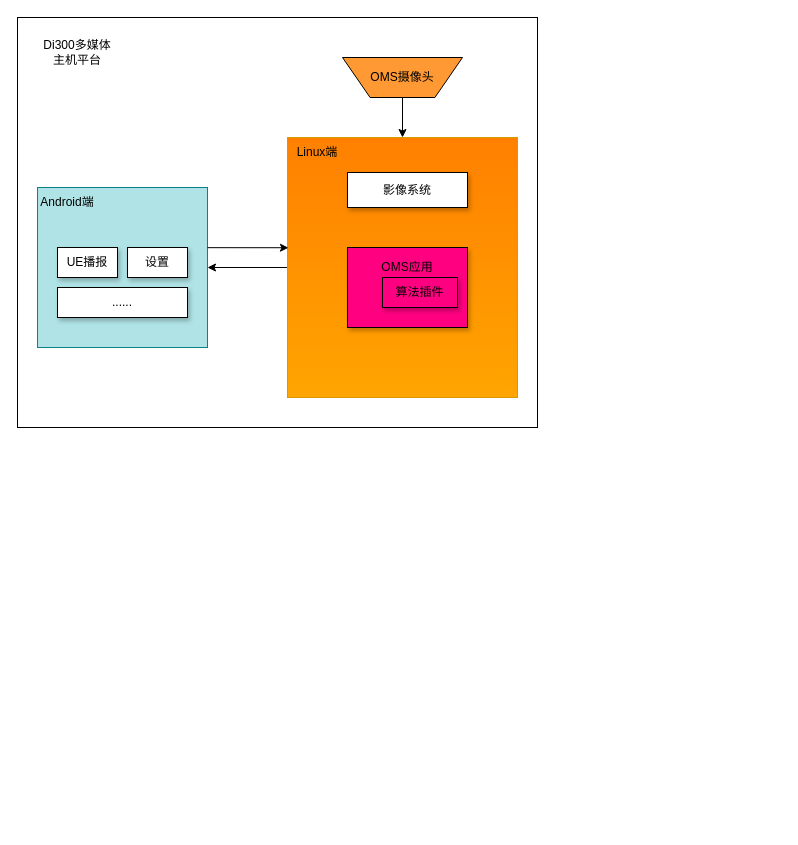
The draw.io diagram page "第 2 页" (2 of 2) of 未命名绘图.drawio in dengliuming/Kernal, before the edit. Source tidied: cells renumbered, new cells numbered last; positions are measured from the earlier drawing's top-left corner, leaving out a move shared by most shapes. Both pictures are drawn from the tidied source at 100%, with x=0, y=0 at pixel (17, 17).
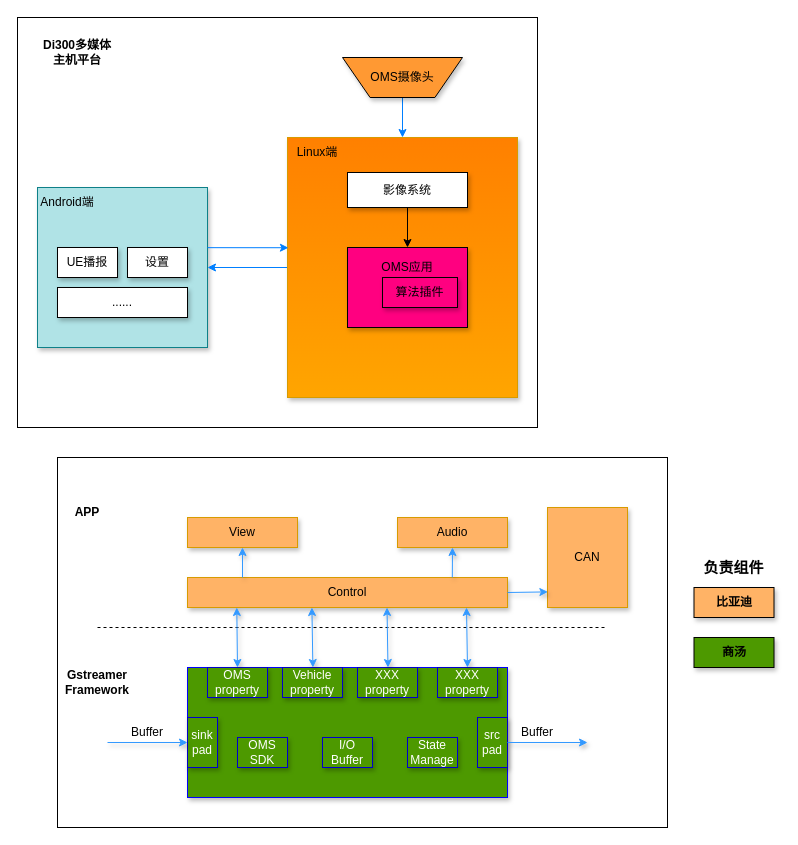
Above is the later version.

The change refers to these unchanged cells:
```xml
<mxCell id="12" value="影像系统" style="rounded=0;whiteSpace=wrap;html=1;shadow=1;" parent="1" vertex="1">
  <mxGeometry x="330" y="155" width="120" height="35" as="geometry" />
</mxCell>
<mxCell id="13" style="rounded=0;whiteSpace=wrap;html=1;fillColor=#FF0080;shadow=1;" parent="1" vertex="1">
  <mxGeometry x="330" y="230" width="120" height="80" as="geometry" />
</mxCell>
```

Diff of the diagram source:
```diff
@@
-    <mxCell id="3" value="Di300多媒体主机平台" style="text;html=1;align=center;verticalAlign=middle;whiteSpace=wrap;rounded=0;" parent="1" vertex="1">
+    <mxCell id="3" value="&lt;b&gt;Di300多媒体主机平台&lt;/b&gt;" style="text;html=1;align=center;verticalAlign=middle;whiteSpace=wrap;rounded=0;" parent="1" vertex="1">
       <mxGeometry x="20" y="20" width="80" height="30" as="geometry" />
     </mxCell>
-    <mxCell id="4" style="rounded=0;whiteSpace=wrap;html=1;fillColor=#b0e3e6;strokeColor=#0e8088;" parent="1" vertex="1">
+    <mxCell id="4" style="rounded=0;whiteSpace=wrap;html=1;fillColor=#b0e3e6;strokeColor=#0e8088;shadow=1;" parent="1" vertex="1">
       <mxGeometry x="20" y="170" width="170" height="160" as="geometry" />
     </mxCell>
@@
-    <mxCell id="9" style="edgeStyle=orthogonalEdgeStyle;rounded=0;jettySize=auto;html=1;exitX=0;exitY=0.5;exitDx=0;exitDy=0;entryX=1;entryY=0.5;entryDx=0;entryDy=0;" parent="1" edge="1" source="10" target="4">
+    <mxCell id="9" style="edgeStyle=orthogonalEdgeStyle;rounded=0;jettySize=auto;html=1;exitX=0;exitY=0.5;exitDx=0;exitDy=0;entryX=1;entryY=0.5;entryDx=0;entryDy=0;strokeColor=#007FFF;" parent="1" edge="1" source="10" target="4">
       <mxGeometry relative="1" as="geometry" />
     </mxCell>
-    <mxCell id="10" style="rounded=0;whiteSpace=wrap;html=1;fillColor=#FF8000;gradientColor=#ffa500;strokeColor=#d79b00;" parent="1" vertex="1">
+    <mxCell id="10" style="rounded=0;whiteSpace=wrap;html=1;fillColor=#FF8000;gradientColor=#ffa500;strokeColor=#d79b00;shadow=1;" parent="1" vertex="1">
       <mxGeometry x="270" y="120" width="230" height="260" as="geometry" />
     </mxCell>
@@
+    <mxCell id="19" style="edgeStyle=orthogonalEdgeStyle;rounded=0;jettySize=auto;html=1;exitX=0.5;exitY=1;exitDx=0;exitDy=0;entryX=0.5;entryY=0;entryDx=0;entryDy=0;" parent="1" edge="1" source="12" target="13">
+      <mxGeometry relative="1" as="geometry" />
+    </mxCell>
@@
-    <mxCell id="16" style="edgeStyle=orthogonalEdgeStyle;rounded=0;jettySize=auto;html=1;exitX=0.5;exitY=1;exitDx=0;exitDy=0;" parent="1" edge="1" source="17" target="10">
+    <mxCell id="16" style="edgeStyle=orthogonalEdgeStyle;rounded=0;jettySize=auto;html=1;exitX=0.5;exitY=1;exitDx=0;exitDy=0;strokeColor=#007FFF;" parent="1" edge="1" source="17" target="10">
       <mxGeometry relative="1" as="geometry" />
     </mxCell>
-    <mxCell id="17" value="OMS摄像头" style="verticalLabelPosition=middle;verticalAlign=middle;html=1;shape=trapezoid;perimeter=trapezoidPerimeter;whiteSpace=wrap;size=0.23;arcSize=10;flipV=1;labelPosition=center;align=center;fillColor=#FF9933;" parent="1" vertex="1">
+    <mxCell id="17" value="OMS摄像头" style="verticalLabelPosition=middle;verticalAlign=middle;html=1;shape=trapezoid;perimeter=trapezoidPerimeter;whiteSpace=wrap;size=0.23;arcSize=10;flipV=1;labelPosition=center;align=center;fillColor=#FF9933;shadow=1;" parent="1" vertex="1">
       <mxGeometry x="325" y="40" width="120" height="40" as="geometry" />
     </mxCell>
-    <mxCell id="18" style="endArrow=classic;html=1;rounded=0;exitX=1;exitY=0.376;exitDx=0;exitDy=0;exitPerimeter=0;entryX=0.004;entryY=0.424;entryDx=0;entryDy=0;entryPerimeter=0;" parent="1" edge="1" source="4" target="10">
+    <mxCell id="18" style="endArrow=classic;html=1;rounded=0;exitX=1;exitY=0.376;exitDx=0;exitDy=0;exitPerimeter=0;entryX=0.004;entryY=0.424;entryDx=0;entryDy=0;entryPerimeter=0;strokeColor=#007FFF;" parent="1" edge="1" source="4" target="10">
       <mxGeometry relative="1" as="geometry" />
     </mxCell>
+    <mxCell id="20" style="rounded=0;whiteSpace=wrap;html=1;fillColor=none;" parent="1" vertex="1">
+      <mxGeometry x="40" y="440" width="610" height="370" as="geometry" />
+    </mxCell>
+    <mxCell id="21" value="&lt;b&gt;APP&lt;/b&gt;" style="text;html=1;align=center;verticalAlign=middle;whiteSpace=wrap;rounded=0;" parent="1" vertex="1">
+      <mxGeometry x="40" y="480" width="60" height="30" as="geometry" />
+    </mxCell>
+    <mxCell id="22" value="View" style="rounded=0;whiteSpace=wrap;html=1;fillColor=#FFB366;strokeColor=#d79b00;shadow=1;" parent="1" vertex="1">
+      <mxGeometry x="170" y="500" width="110" height="30" as="geometry" />
+    </mxCell>
+    <mxCell id="23" value="Audio" style="rounded=0;whiteSpace=wrap;html=1;fillColor=#FFB366;strokeColor=#d79b00;shadow=1;" parent="1" vertex="1">
+      <mxGeometry x="380" y="500" width="110" height="30" as="geometry" />
+    </mxCell>
+    <mxCell id="24" value="Control" style="rounded=0;whiteSpace=wrap;html=1;fillColor=#FFB366;strokeColor=#d79b00;shadow=1;" parent="1" vertex="1">
+      <mxGeometry x="170" y="560" width="320" height="30" as="geometry" />
+    </mxCell>
+    <mxCell id="25" style="endArrow=classic;html=1;rounded=0;entryX=0.5;entryY=1;entryDx=0;entryDy=0;strokeColor=#3399FF;shadow=1;" parent="1" edge="1" target="22">
+      <mxGeometry relative="1" as="geometry">
+        <mxPoint x="225" y="560" as="sourcePoint" />
+      </mxGeometry>
+    </mxCell>
+    <mxCell id="26" style="endArrow=classic;html=1;rounded=0;entryX=0.5;entryY=1;entryDx=0;entryDy=0;strokeColor=#3399FF;shadow=1;" parent="1" edge="1" target="23">
+      <mxGeometry relative="1" as="geometry">
+        <mxPoint x="434.8" y="560" as="sourcePoint" />
+      </mxGeometry>
+    </mxCell>
+    <mxCell id="27" value="CAN" style="rounded=0;whiteSpace=wrap;html=1;fillColor=#FFB366;strokeColor=#d79b00;shadow=1;" parent="1" vertex="1">
+      <mxGeometry x="530" y="490" width="80" height="100" as="geometry" />
+    </mxCell>
+    <mxCell id="28" style="endArrow=classic;html=1;rounded=0;entryX=0.005;entryY=0.844;entryDx=0;entryDy=0;entryPerimeter=0;exitX=1;exitY=0.5;exitDx=0;exitDy=0;strokeColor=#3399FF;shadow=1;" parent="1" edge="1" source="24" target="27">
+      <mxGeometry relative="1" as="geometry" />
+    </mxCell>
+    <mxCell id="29" style="endArrow=none;dashed=1;html=1;rounded=0;exitX=0.075;exitY=0.415;exitDx=0;exitDy=0;exitPerimeter=0;entryX=0.91;entryY=0.415;entryDx=0;entryDy=0;entryPerimeter=0;" parent="1" edge="1">
+      <mxGeometry relative="1" as="geometry">
+        <mxPoint x="80" y="610" as="sourcePoint" />
+        <mxPoint x="589.3" y="610" as="targetPoint" />
+      </mxGeometry>
+    </mxCell>
+    <mxCell id="30" value="&lt;b&gt;Gstreamer Framework&lt;/b&gt;" style="text;html=1;align=center;verticalAlign=middle;whiteSpace=wrap;rounded=0;" parent="1" vertex="1">
+      <mxGeometry x="50" y="650" width="60" height="30" as="geometry" />
+    </mxCell>
+    <mxCell id="31" style="rounded=0;whiteSpace=wrap;html=1;fillColor=#4D9900;strokeColor=#0000FF;shadow=1;" parent="1" vertex="1">
+      <mxGeometry x="170" y="650" width="320" height="130" as="geometry" />
+    </mxCell>
+    <mxCell id="32" value="&lt;font color=&quot;#ffffff&quot;&gt;OMS property&lt;/font&gt;" style="rounded=0;whiteSpace=wrap;html=1;fillColor=#4D9900;strokeColor=#0000CC;shadow=1;" parent="1" vertex="1">
+      <mxGeometry x="190" y="650" width="60" height="30" as="geometry" />
+    </mxCell>
+    <mxCell id="33" value="&lt;font color=&quot;#ffffff&quot;&gt;Vehicle property&lt;/font&gt;" style="rounded=0;whiteSpace=wrap;html=1;fillColor=#4D9900;strokeColor=#0000CC;shadow=1;" parent="1" vertex="1">
+      <mxGeometry x="265" y="650" width="60" height="30" as="geometry" />
+    </mxCell>
+    <mxCell id="34" value="&lt;font color=&quot;#ffffff&quot;&gt;XXX property&lt;/font&gt;" style="rounded=0;whiteSpace=wrap;html=1;fillColor=#4D9900;strokeColor=#0000CC;shadow=1;" parent="1" vertex="1">
+      <mxGeometry x="340" y="650" width="60" height="30" as="geometry" />
+    </mxCell>
+    <mxCell id="35" value="&lt;font color=&quot;#ffffff&quot;&gt;XXX property&lt;/font&gt;" style="rounded=0;whiteSpace=wrap;html=1;fillColor=#4D9900;strokeColor=#0000CC;shadow=1;" parent="1" vertex="1">
+      <mxGeometry x="420" y="650" width="60" height="30" as="geometry" />
+    </mxCell>
+    <mxCell id="36" value="&lt;font color=&quot;#ffffff&quot;&gt;sink&lt;/font&gt;&lt;div&gt;&lt;font color=&quot;#ffffff&quot;&gt;pad&lt;/font&gt;&lt;/div&gt;" style="rounded=0;whiteSpace=wrap;html=1;fillColor=#4D9900;strokeColor=#0000CC;shadow=1;" parent="1" vertex="1">
+      <mxGeometry x="170" y="700" width="30" height="50" as="geometry" />
+    </mxCell>
+    <mxCell id="37" value="&lt;font color=&quot;#ffffff&quot;&gt;src&lt;/font&gt;&lt;br&gt;&lt;div&gt;&lt;font color=&quot;#ffffff&quot;&gt;pad&lt;/font&gt;&lt;/div&gt;" style="rounded=0;whiteSpace=wrap;html=1;fillColor=#4D9900;strokeColor=#0000CC;shadow=1;" parent="1" vertex="1">
+      <mxGeometry x="460" y="700" width="30" height="50" as="geometry" />
+    </mxCell>
+    <mxCell id="38" value="&lt;font color=&quot;#ffffff&quot;&gt;OMS SDK&lt;/font&gt;" style="rounded=0;whiteSpace=wrap;html=1;fillColor=#4D9900;strokeColor=#0000CC;shadow=1;" parent="1" vertex="1">
+      <mxGeometry x="220" y="720" width="50" height="30" as="geometry" />
+    </mxCell>
+    <mxCell id="39" value="&lt;font color=&quot;#ffffff&quot;&gt;I/O Buffer&lt;/font&gt;" style="rounded=0;whiteSpace=wrap;html=1;fillColor=#4D9900;strokeColor=#0000CC;shadow=1;" parent="1" vertex="1">
+      <mxGeometry x="305" y="720" width="50" height="30" as="geometry" />
+    </mxCell>
+    <mxCell id="40" value="&lt;font color=&quot;#ffffff&quot;&gt;State Manage&lt;/font&gt;" style="rounded=0;whiteSpace=wrap;html=1;fillColor=#4D9900;strokeColor=#0000CC;shadow=1;" parent="1" vertex="1">
+      <mxGeometry x="390" y="720" width="50" height="30" as="geometry" />
+    </mxCell>
+    <mxCell id="41" style="endArrow=classic;html=1;rounded=0;entryX=0;entryY=0.5;entryDx=0;entryDy=0;strokeColor=#3399FF;shadow=1;" parent="1" edge="1" target="36">
+      <mxGeometry relative="1" as="geometry">
+        <mxPoint x="90" y="725" as="sourcePoint" />
+      </mxGeometry>
+    </mxCell>
+    <mxCell id="42" value="Buffer" style="text;html=1;align=center;verticalAlign=middle;whiteSpace=wrap;rounded=0;" parent="1" vertex="1">
+      <mxGeometry x="100" y="700" width="60" height="30" as="geometry" />
+    </mxCell>
+    <mxCell id="43" value="Buffer" style="text;html=1;align=center;verticalAlign=middle;whiteSpace=wrap;rounded=0;" parent="1" vertex="1">
+      <mxGeometry x="490" y="700" width="60" height="30" as="geometry" />
+    </mxCell>
+    <mxCell id="44" style="endArrow=classic;html=1;rounded=0;entryX=0;entryY=0.5;entryDx=0;entryDy=0;strokeColor=#3399FF;shadow=1;" parent="1" edge="1">
+      <mxGeometry relative="1" as="geometry">
+        <mxPoint x="490" y="725" as="sourcePoint" />
+        <mxPoint x="570" y="725" as="targetPoint" />
+      </mxGeometry>
+    </mxCell>
+    <mxCell id="45" value="&lt;b&gt;&lt;font style=&quot;font-size: 15px;&quot;&gt;负责组件&lt;/font&gt;&lt;/b&gt;" style="text;html=1;align=center;verticalAlign=middle;whiteSpace=wrap;rounded=0;" parent="1" vertex="1">
+      <mxGeometry x="670" y="530" width="93" height="40" as="geometry" />
+    </mxCell>
+    <mxCell id="46" value="&lt;b&gt;比亚迪&lt;/b&gt;" style="rounded=0;whiteSpace=wrap;html=1;fillColor=#FFB366;shadow=1;" parent="1" vertex="1">
+      <mxGeometry x="676.5" y="570" width="80" height="30" as="geometry" />
+    </mxCell>
+    <mxCell id="47" value="&lt;b&gt;商汤&lt;/b&gt;" style="rounded=0;whiteSpace=wrap;html=1;fillColor=#4D9900;shadow=1;" parent="1" vertex="1">
+      <mxGeometry x="676.5" y="620" width="80" height="30" as="geometry" />
+    </mxCell>
+    <mxCell id="48" style="endArrow=classic;startArrow=classic;html=1;rounded=0;exitX=0.5;exitY=0;exitDx=0;exitDy=0;entryX=0.154;entryY=1;entryDx=0;entryDy=0;entryPerimeter=0;strokeColor=#3399FF;shadow=1;" parent="1" edge="1" source="32" target="24">
+      <mxGeometry relative="1" as="geometry" />
+    </mxCell>
+    <mxCell id="49" style="endArrow=classic;startArrow=classic;html=1;rounded=0;exitX=0.5;exitY=0;exitDx=0;exitDy=0;entryX=0.154;entryY=1;entryDx=0;entryDy=0;entryPerimeter=0;strokeColor=#3399FF;shadow=1;" parent="1" edge="1">
+      <mxGeometry relative="1" as="geometry">
+        <mxPoint x="295.4" y="650" as="sourcePoint" />
+        <mxPoint x="294.4" y="590" as="targetPoint" />
+      </mxGeometry>
+    </mxCell>
+    <mxCell id="50" style="endArrow=classic;startArrow=classic;html=1;rounded=0;exitX=0.5;exitY=0;exitDx=0;exitDy=0;entryX=0.154;entryY=1;entryDx=0;entryDy=0;entryPerimeter=0;strokeColor=#3399FF;shadow=1;" parent="1" edge="1">
+      <mxGeometry relative="1" as="geometry">
+        <mxPoint x="370.5" y="650" as="sourcePoint" />
+        <mxPoint x="369.5" y="590" as="targetPoint" />
+      </mxGeometry>
+    </mxCell>
+    <mxCell id="51" style="endArrow=classic;startArrow=classic;html=1;rounded=0;exitX=0.5;exitY=0;exitDx=0;exitDy=0;entryX=0.154;entryY=1;entryDx=0;entryDy=0;entryPerimeter=0;strokeColor=#3399FF;shadow=1;" parent="1" edge="1">
+      <mxGeometry relative="1" as="geometry">
+        <mxPoint x="450" y="650" as="sourcePoint" />
+        <mxPoint x="449" y="590" as="targetPoint" />
+      </mxGeometry>
+    </mxCell>
```
